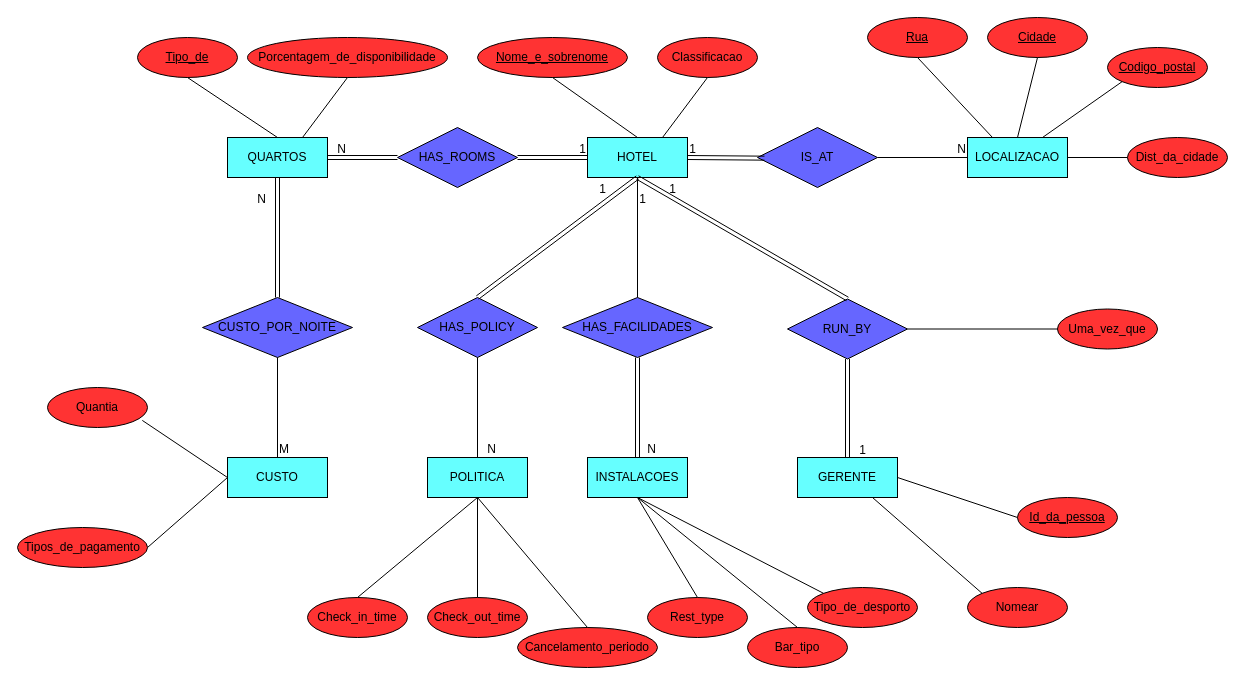
Earlier version of the draw.io diagram DiagramaHotel.drawio (VascoMatos/diagramas). Source tidied: cells renumbered, new cells numbered last; positions are measured from the earlier drawing's top-left corner, leaving out a move shared by most shapes. Both pictures are drawn from the tidied source at 100%, with x=0, y=0 at pixel (17, 17).
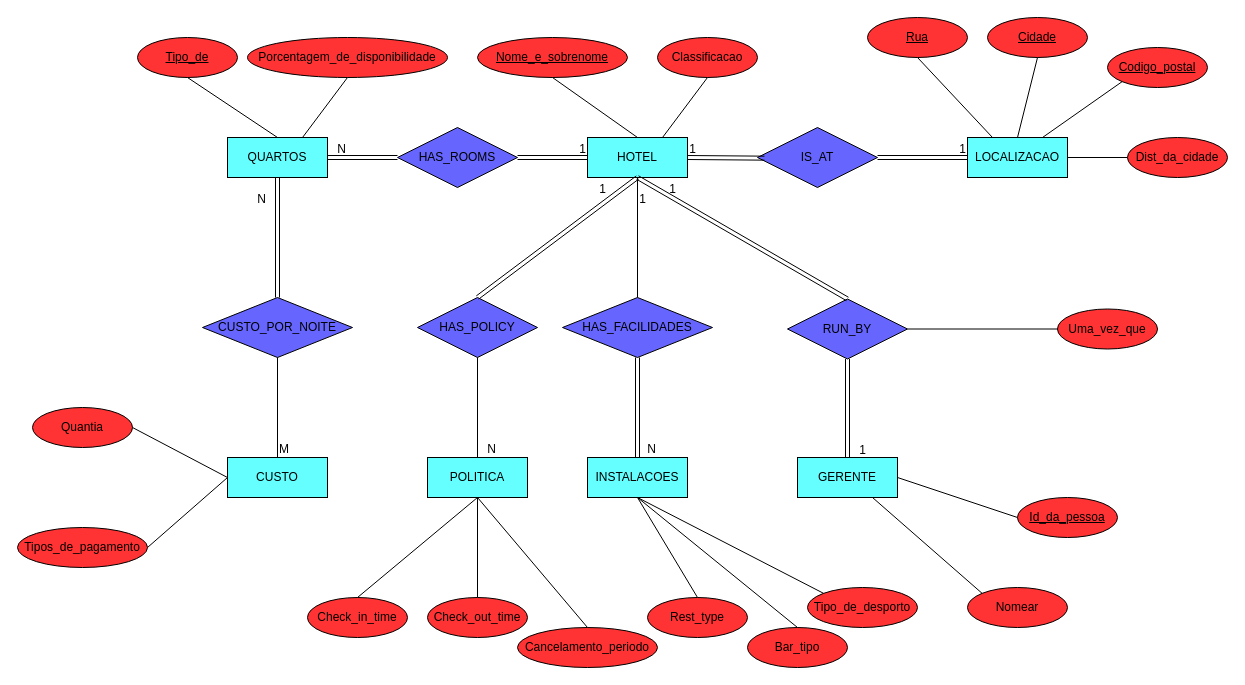
The same diagram, later.

The change refers to these unchanged cells:
```xml
<mxCell id="3" value="LOCALIZACAO" style="whiteSpace=wrap;html=1;align=center;fillColor=#66FFFF;" parent="1" vertex="1">
  <mxGeometry x="950" y="120" width="100" height="40" as="geometry" />
</mxCell>
<mxCell id="5" value="CUSTO" style="whiteSpace=wrap;html=1;align=center;fillColor=#66FFFF;" parent="1" vertex="1">
  <mxGeometry x="210" y="440" width="100" height="40" as="geometry" />
</mxCell>
<mxCell id="9" value="IS_AT" style="shape=rhombus;perimeter=rhombusPerimeter;whiteSpace=wrap;html=1;align=center;fillColor=#6666FF;" parent="1" vertex="1">
  <mxGeometry x="740" y="110" width="120" height="60" as="geometry" />
</mxCell>
```

What changed in the source:
```diff
@@
     <mxCell id="32" value="Quantia" style="ellipse;whiteSpace=wrap;html=1;align=center;fillColor=#FF3333;" parent="1" vertex="1">
-      <mxGeometry x="30" y="370" width="100" height="40" as="geometry" />
+      <mxGeometry x="15" y="390" width="100" height="40" as="geometry" />
     </mxCell>
@@
-    <mxCell id="40" style="endArrow=none;html=1;rounded=0;exitX=1;exitY=0.5;exitDx=0;exitDy=0;entryX=0;entryY=0.5;entryDx=0;entryDy=0;" parent="1" edge="1" source="9" target="3">
-      <mxGeometry relative="1" as="geometry" />
-    </mxCell>
-    <mxCell id="41" value="N" style="html=1;whiteSpace=wrap;align=right;verticalAlign=bottom;" parent="40" vertex="1">
-      <mxGeometry x="1" relative="1" as="geometry" />
-    </mxCell>
@@
-    <mxCell id="50" style="endArrow=none;html=1;rounded=0;entryX=0.948;entryY=0.823;entryDx=0;entryDy=0;entryPerimeter=0;exitX=0;exitY=0.5;exitDx=0;exitDy=0;" parent="1" edge="1" source="5" target="32">
+    <mxCell id="50" style="endArrow=none;html=1;rounded=0;entryX=1;entryY=0.5;entryDx=0;entryDy=0;exitX=0;exitY=0.5;exitDx=0;exitDy=0;" parent="1" edge="1" source="5" target="32">
       <mxGeometry relative="1" as="geometry" />
     </mxCell>
@@
+    <mxCell id="40" style="shape=link;html=1;rounded=0;entryX=0;entryY=0.5;entryDx=0;entryDy=0;exitX=1;exitY=0.5;exitDx=0;exitDy=0;" parent="1" edge="1" source="9" target="3">
+      <mxGeometry relative="1" as="geometry" />
+    </mxCell>
+    <mxCell id="77" value="1" style="html=1;whiteSpace=wrap;align=right;verticalAlign=bottom;" parent="40" vertex="1">
+      <mxGeometry x="1" relative="1" as="geometry" />
+    </mxCell>
```
